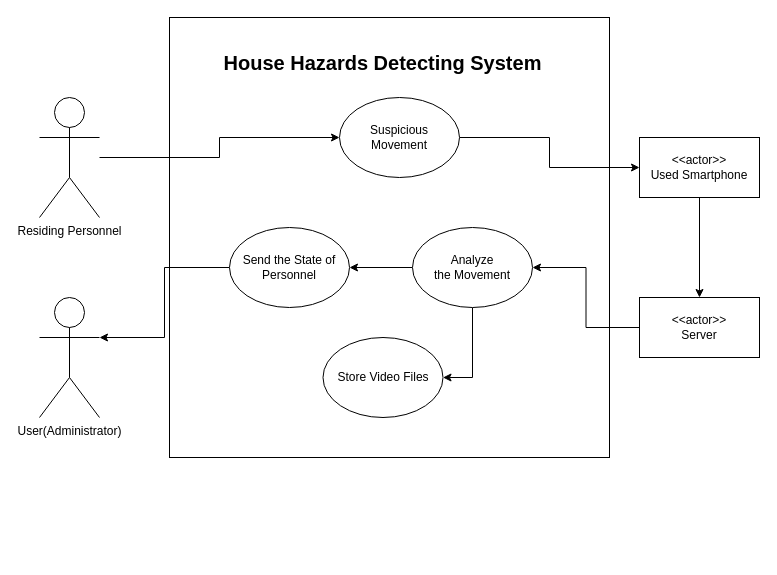
The draw.io diagram Sogongteam14_Use_Case_Diagram.drawio in sogongteam14/doc, before the edit. Source tidied: cells renumbered, new cells numbered last; positions are measured from the earlier drawing's top-left corner, leaving out a move shared by most shapes. Both pictures are drawn from the tidied source at 100%, with x=0, y=0 at pixel (39, 17).
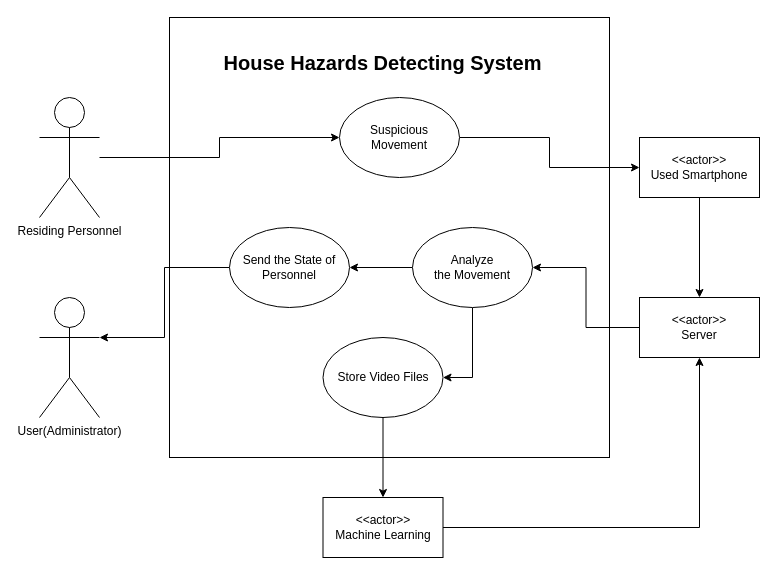
The same page after the edit.

The change refers to these unchanged cells:
```xml
<mxCell id="12" value="&lt;div&gt;&amp;lt;&amp;lt;actor&amp;gt;&amp;gt;&lt;/div&gt;&lt;div&gt;Server&lt;br&gt;&lt;/div&gt;" style="rounded=0;whiteSpace=wrap;html=1;" parent="1" vertex="1">
  <mxGeometry x="600" y="280" width="120" height="60" as="geometry" />
</mxCell>
<mxCell id="15" value="Store Video Files" style="ellipse;whiteSpace=wrap;html=1;" parent="1" vertex="1">
  <mxGeometry x="283.5" y="320" width="120" height="80" as="geometry" />
</mxCell>
```

What changed in the source:
```diff
@@
+    <mxCell id="19" style="edgeStyle=orthogonalEdgeStyle;rounded=0;jettySize=auto;html=1;exitX=0.5;exitY=1;exitDx=0;exitDy=0;entryX=0.5;entryY=0;entryDx=0;entryDy=0;" parent="1" edge="1" source="15" target="21">
+      <mxGeometry relative="1" as="geometry" />
+    </mxCell>
@@
+    <mxCell id="20" style="edgeStyle=orthogonalEdgeStyle;rounded=0;jettySize=auto;html=1;exitX=1;exitY=0.5;exitDx=0;exitDy=0;entryX=0.5;entryY=1;entryDx=0;entryDy=0;" parent="1" edge="1" source="21" target="12">
+      <mxGeometry relative="1" as="geometry" />
+    </mxCell>
+    <mxCell id="21" value="&lt;div&gt;&amp;lt;&amp;lt;actor&amp;gt;&amp;gt;&lt;/div&gt;&lt;div&gt;Machine Learning&lt;br&gt;&lt;/div&gt;" style="rounded=0;whiteSpace=wrap;html=1;" parent="1" vertex="1">
+      <mxGeometry x="283.5" y="480" width="120" height="60" as="geometry" />
+    </mxCell>
```
